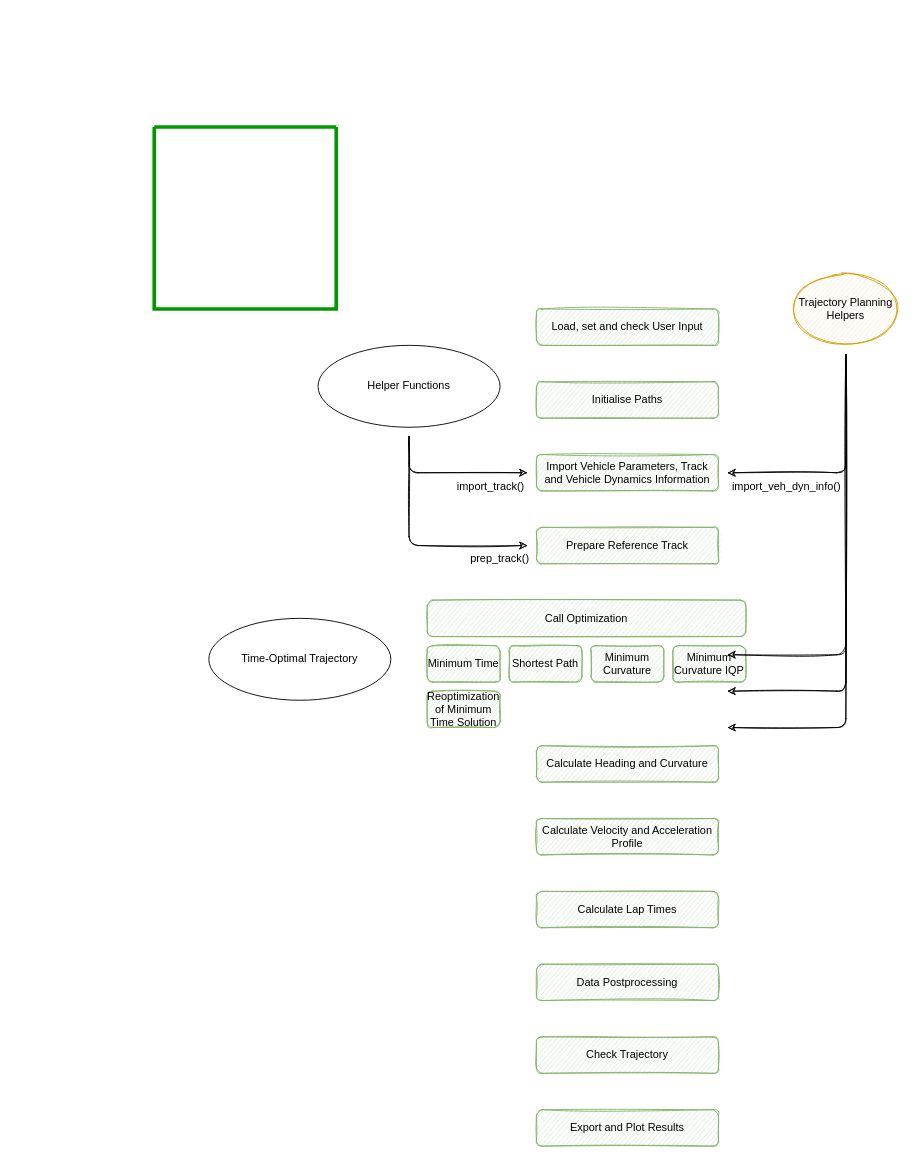
Earlier version of the draw.io diagram ressources/figures/Algorithm_Optimization_main_globaltraj.drawio (Beomar97/path-planning-docs). Source tidied: cells renumbered, new cells numbered last; positions are measured from the earlier drawing's top-left corner, leaving out a move shared by most shapes. Both pictures are drawn from the tidied source at 91%, with x=0, y=0 at pixel (154, 126).
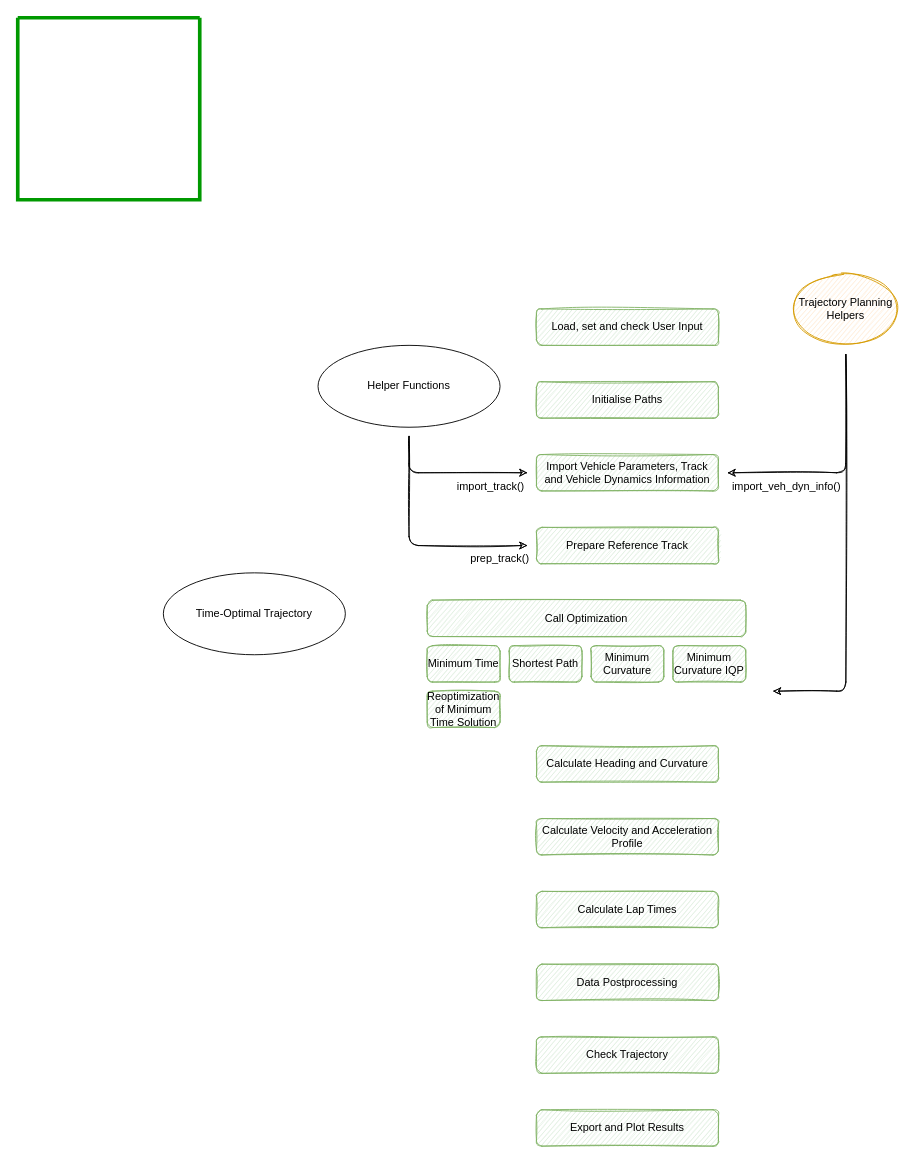
Above is the later version.

Diff of the diagram source:
```diff
@@
-    <mxCell id="19" style="endArrow=classic;html=1;sketch=1;fontFamily=Helvetica;rounded=1;" parent="1" edge="1">
-      <mxGeometry relative="1" as="geometry">
-        <mxPoint x="760" y="250" as="sourcePoint" />
-        <mxPoint x="630" y="580" as="targetPoint" />
-        <Array as="points">
-          <mxPoint x="760" y="580" />
-        </Array>
-      </mxGeometry>
-    </mxCell>
     <mxCell id="20" style="endArrow=classic;html=1;rounded=1;sketch=1;fontFamily=Helvetica;" parent="1" edge="1">
       <mxGeometry relative="1" as="geometry">
         <mxPoint x="760" y="250" as="sourcePoint" />
-        <mxPoint x="630" y="620" as="targetPoint" />
+        <mxPoint x="680" y="620" as="targetPoint" />
         <Array as="points">
           <mxPoint x="760" y="620" />
         </Array>
       </mxGeometry>
     </mxCell>
-    <mxCell id="21" style="endArrow=classic;html=1;rounded=1;sketch=1;fontFamily=Helvetica;" parent="1" edge="1">
-      <mxGeometry relative="1" as="geometry">
-        <mxPoint x="760" y="250" as="sourcePoint" />
-        <mxPoint x="630" y="660" as="targetPoint" />
-        <Array as="points">
-          <mxPoint x="760" y="660" />
-        </Array>
-      </mxGeometry>
-    </mxCell>
     <mxCell id="22" value="Time-Optimal Trajectory" style="ellipse;whiteSpace=wrap;html=1;sketch=0;" parent="1" vertex="1">
-      <mxGeometry x="60" y="540" width="200" height="90" as="geometry" />
+      <mxGeometry x="10" y="490" width="200" height="90" as="geometry" />
     </mxCell>
@@
     <mxCell id="30" style="swimlane;startSize=0;strokeColor=#009900;strokeWidth=4;" parent="1" vertex="1">
-      <mxGeometry width="200" height="200" as="geometry" />
+      <mxGeometry x="-150" y="-120" width="200" height="200" as="geometry" />
     </mxCell>
```
